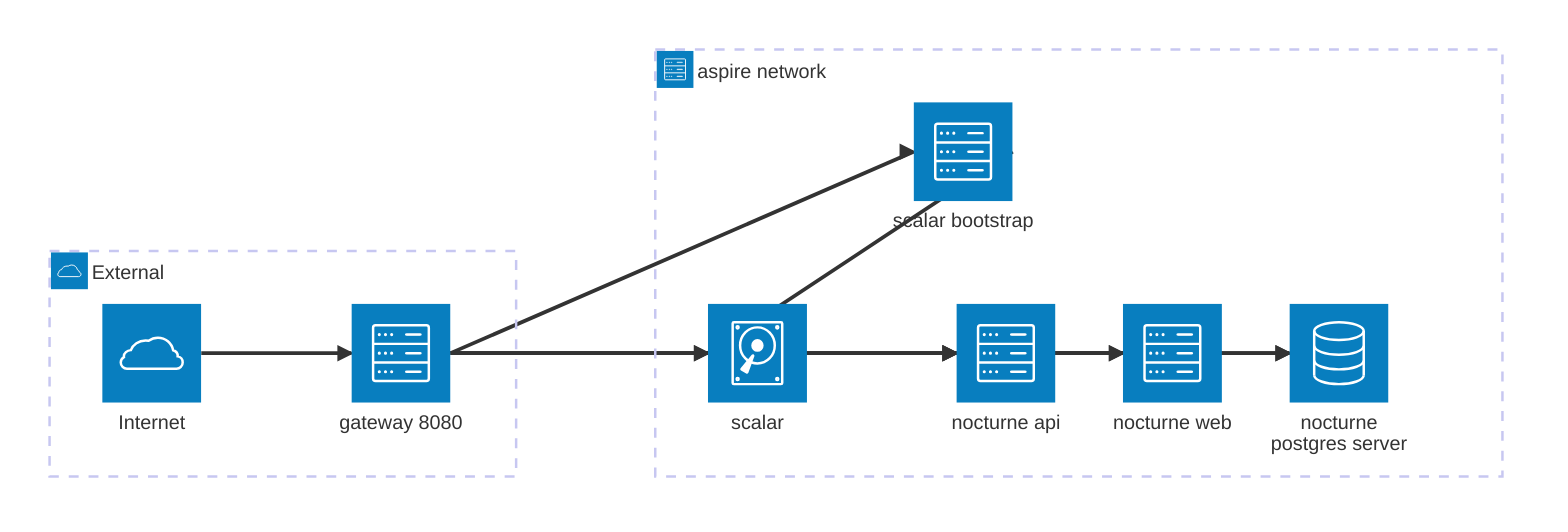
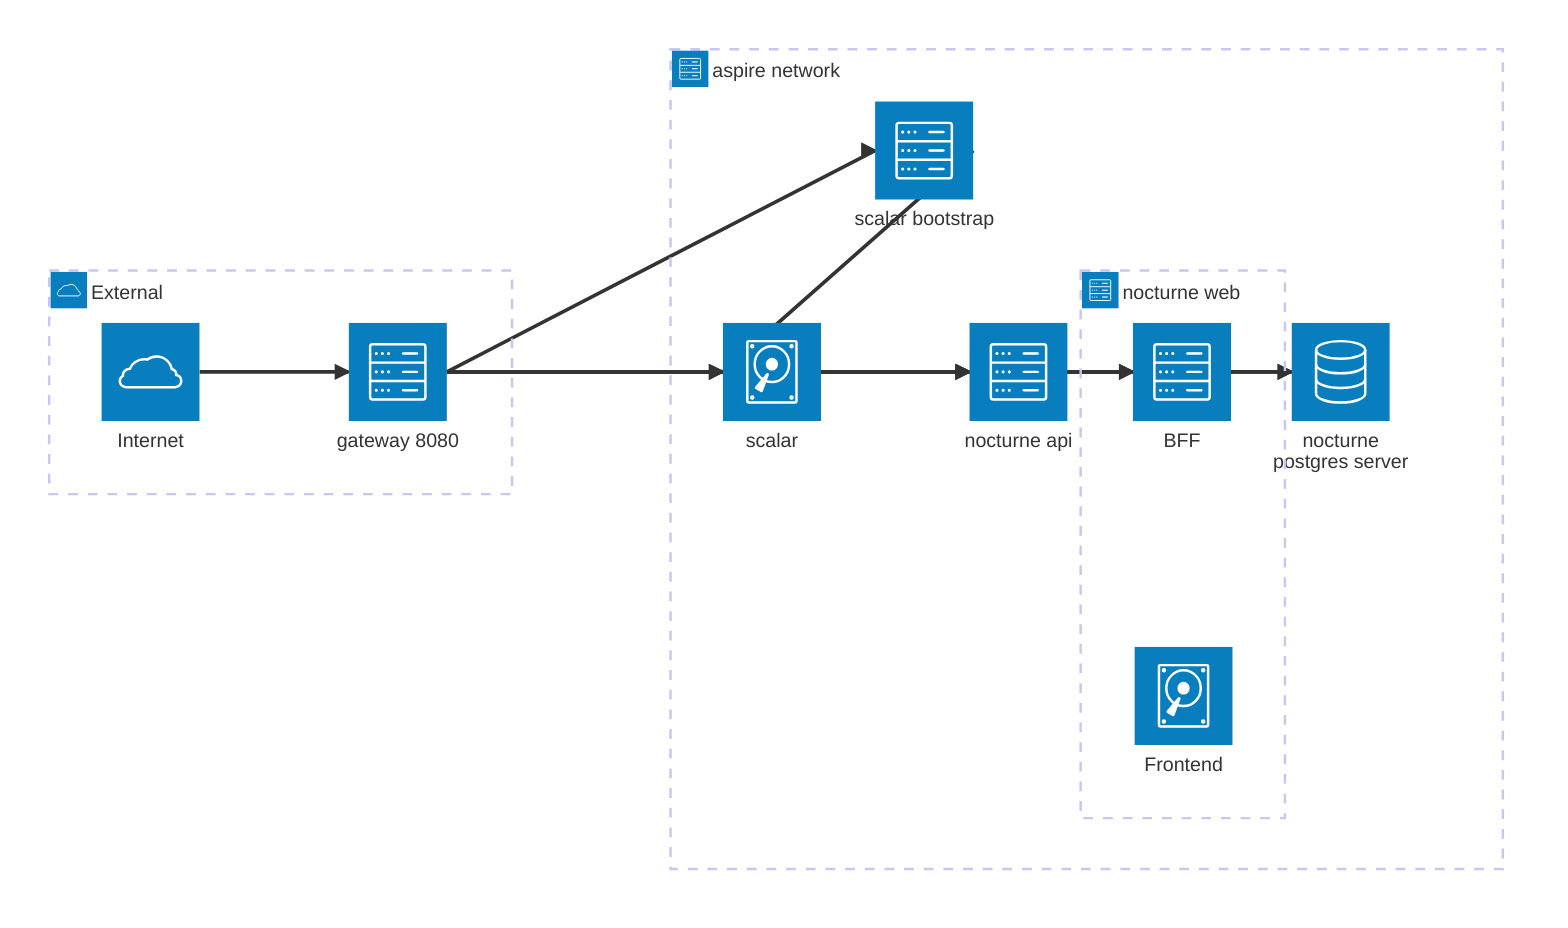
architecture-beta
    group external(cloud)[External]
    group internal(server)[aspire network]

    service internet(cloud)[Internet] in external
    service nocturne_postgres_server(database)[nocturne postgres server] in internal
    service nocturne_api(server)[nocturne api] in internal
-     service nocturne_web(server)[nocturne web] in internal
+     group nocturne_web_group(server)[nocturne web] in internal
+     service nocturne_web_bff(server)[BFF] in nocturne_web_group
+     service nocturne_web_frontend(disk)[Frontend] in nocturne_web_group
    service scalar(disk)[scalar] in internal
    service scalar_bootstrap(server)[scalar bootstrap] in internal
    service gateway(server)[gateway 8080] in external

    internet:R --> L:gateway
    nocturne_api:R --> L:nocturne_postgres_server
-     nocturne_api:R --> L:nocturne_web
-     nocturne_web:R --> L:nocturne_api
-     nocturne_web:R --> L:nocturne_postgres_server
+     nocturne_api:R --> L:nocturne_web_bff
+     nocturne_web_bff:R --> L:nocturne_api
+     nocturne_web_bff:R --> L:nocturne_postgres_server
    scalar:R --> L:nocturne_api
    scalar_bootstrap:R --> L:scalar
    gateway:R --> L:nocturne_api
-     gateway:R --> L:nocturne_web
+     gateway:R --> L:nocturne_web_bff
    gateway:R --> L:scalar_bootstrap
    gateway:R --> L:scalar